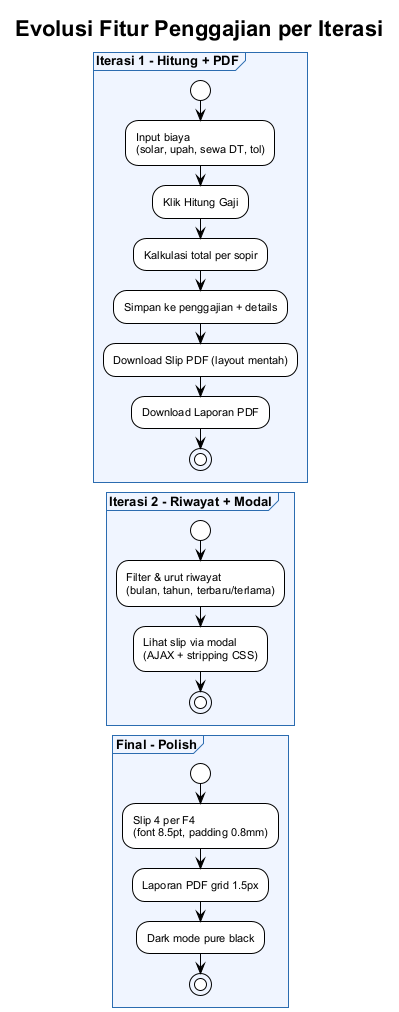
This is docs/flowchart-penggajian-evolusi.png from riandafatur28/sidigas-gaji-sopir-truck, a PlantUML export, as it was before one commit.
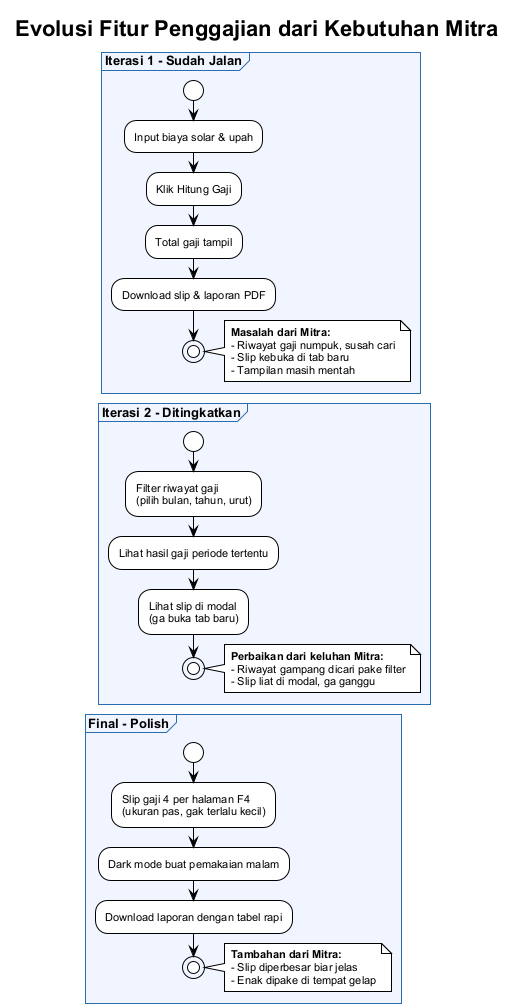
The same file after the commit.

Commit message:
fix: reframe flowchart evolusi dari sisi kebutuhan mitra (bukan teknis)

Change to the diagram source:
```diff
@@ -8,32 +8,47 @@
 skinparam partitionFontSize 13
 skinparam partitionFontStyle bold
 
-title Evolusi Fitur Penggajian per Iterasi
+title Evolusi Fitur Penggajian dari Kebutuhan Mitra
 
-partition "Iterasi 1 - Hitung + PDF" {
+partition "Iterasi 1 - Sudah Jalan" {
   start
-  :Input biaya\n(solar, upah, sewa DT, tol);
+  :Input biaya solar & upah;
   :Klik Hitung Gaji;
-  :Kalkulasi total per sopir;
-  :Simpan ke penggajian + details;
-  :Download Slip PDF (layout mentah);
-  :Download Laporan PDF;
+  :Total gaji tampil;
+  :Download slip & laporan PDF;
   stop
+  note right
+    **Masalah dari Mitra:**
+    - Riwayat gaji numpuk, susah cari
+    - Slip kebuka di tab baru
+    - Tampilan masih mentah
+  end note
 }
 
-partition "Iterasi 2 - Riwayat + Modal" {
+partition "Iterasi 2 - Ditingkatkan" {
   start
-  :Filter & urut riwayat\n(bulan, tahun, terbaru/terlama);
-  :Lihat slip via modal\n(AJAX + stripping CSS);
+  :Filter riwayat gaji\n(pilih bulan, tahun, urut);
+  :Lihat hasil gaji periode tertentu;
+  :Lihat slip di modal\n(ga buka tab baru);
   stop
+  note right
+    **Perbaikan dari keluhan Mitra:**
+    - Riwayat gampang dicari pake filter
+    - Slip liat di modal, ga ganggu
+  end note
 }
 
 partition "Final - Polish" {
   start
-  :Slip 4 per F4\n(font 8.5pt, padding 0.8mm);
-  :Laporan PDF grid 1.5px;
-  :Dark mode pure black;
+  :Slip gaji 4 per halaman F4\n(ukuran pas, gak terlalu kecil);
+  :Dark mode buat pemakaian malam;
+  :Download laporan dengan tabel rapi;
   stop
+  note right
+    **Tambahan dari Mitra:**
+    - Slip diperbesar biar jelas
+    - Enak dipake di tempat gelap
+  end note
 }
 
 @enduml
```
